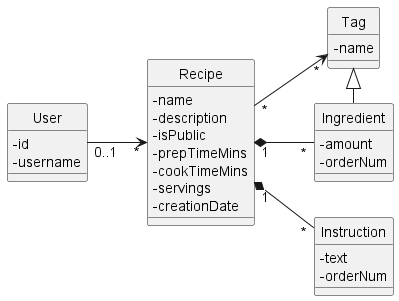
Before: diagrams/classDiagram_entities.png, a diagram exported from PlantUML (matsimko/recipes-by-ingredients).
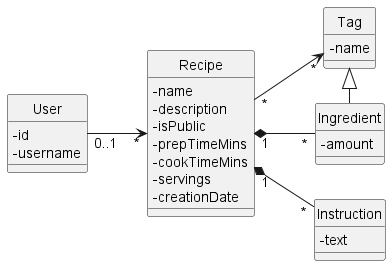
The same file after the commit.

Change to the diagram source:
```diff
@@ -21,7 +21,6 @@
 
     class Ingredient{
         -amount
-        -orderNum
     }
 
     class Tag{
@@ -30,7 +29,6 @@
 
     class Instruction{
         -text
-        -orderNum
     }
 
     class User{
```
